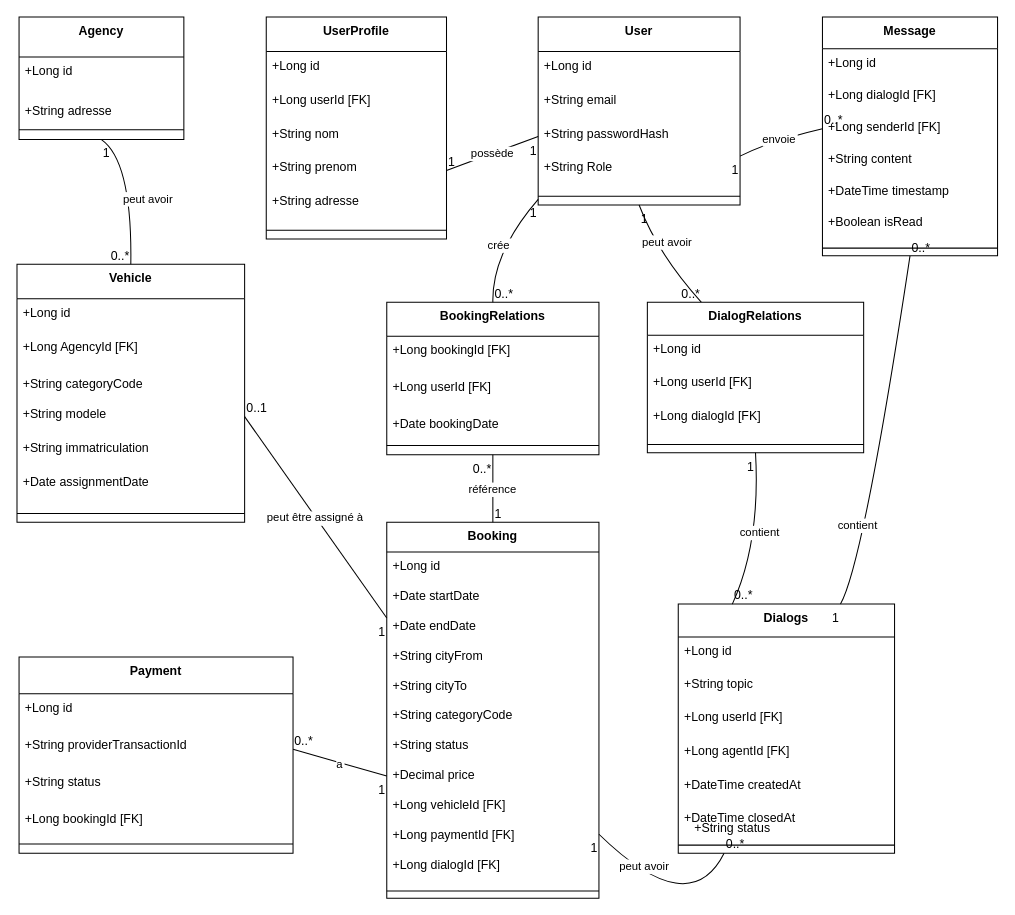
The draw.io diagram bdd.drawio in TangiLC/OC_P13-YourCarYourWay, before the edit. Source tidied: cells renumbered, new cells numbered last; positions are measured from the earlier drawing's top-left corner, leaving out a move shared by most shapes. Both pictures are drawn from the tidied source at 103%, with x=0, y=0 at pixel (16, 16).
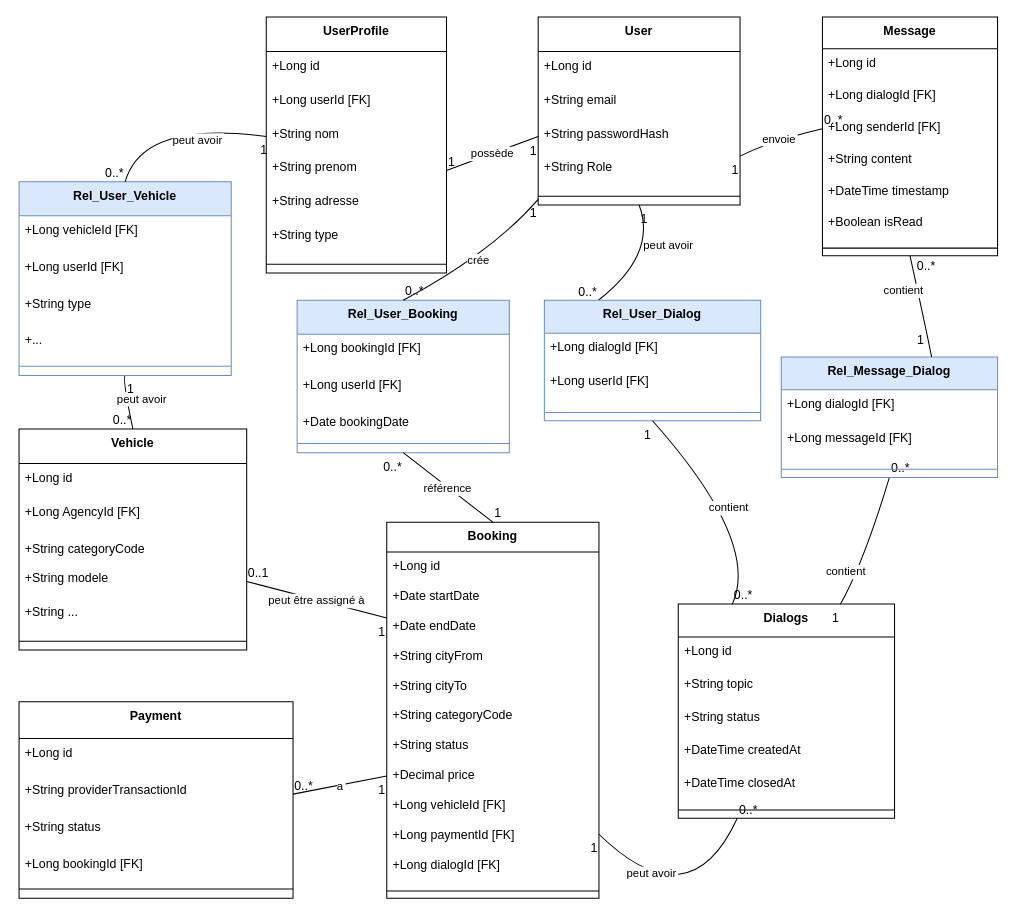
After the change.

Commit message:
Mettre à jour bdd.drawio

The change refers to these unchanged cells:
```xml
<mxCell id="23" value="+String nom" style="text;strokeColor=none;fillColor=none;align=left;verticalAlign=top;spacingLeft=4;spacingRight=4;overflow=hidden;points=[[0,0.5],[1,0.5]];portConstraint=eastwest;" parent="20" vertex="1">
  <mxGeometry y="99.5" width="175" height="33" as="geometry" />
</mxCell>
<mxCell id="54" value="Message" style="swimlane;fontStyle=1;align=center;verticalAlign=top;horizontal=1;startSize=30.933333333333334;" parent="1" vertex="1">
  <mxGeometry x="782" width="170" height="231.9" as="geometry" />
</mxCell>
```

Change to the diagram source:
```diff
@@
-    <mxCell id="2" value="Agency" style="swimlane;fontStyle=1;align=center;verticalAlign=top;horizontal=1;startSize=38.857142857142854;" parent="1" vertex="1">
-      <mxGeometry x="2" width="160" height="119" as="geometry" />
-    </mxCell>
-    <mxCell id="3" value="+Long id" style="text;strokeColor=none;fillColor=none;align=left;verticalAlign=top;spacingLeft=4;spacingRight=4;overflow=hidden;" parent="2" vertex="1">
-      <mxGeometry y="38.9" width="160" height="39" as="geometry" />
-    </mxCell>
-    <mxCell id="4" value="+String adresse" style="text;strokeColor=none;fillColor=none;align=left;verticalAlign=top;spacingLeft=4;spacingRight=4;overflow=hidden;" parent="2" vertex="1">
-      <mxGeometry y="77.9" width="160" height="22.1" as="geometry" />
-    </mxCell>
-    <mxCell id="5" style="line;strokeWidth=1;fillColor=none;align=left;verticalAlign=middle;spacingTop=-1;spacingLeft=3;spacingRight=3;labelPosition=right;strokeColor=inherit;" parent="2" vertex="1">
-      <mxGeometry y="100" width="160" height="19" as="geometry" />
-    </mxCell>
     <mxCell id="6" value="Vehicle" style="swimlane;fontStyle=1;align=center;verticalAlign=top;horizontal=1;startSize=33.45454545454545;" parent="1" vertex="1">
-      <mxGeometry y="240" width="221" height="250.5" as="geometry" />
+      <mxGeometry x="2" y="400" width="221" height="214.5" as="geometry" />
     </mxCell>
@@
-    <mxCell id="11" value="+String immatriculation" style="text;strokeColor=none;fillColor=none;align=left;verticalAlign=top;spacingLeft=4;spacingRight=4;overflow=hidden;" parent="6" vertex="1">
+    <mxCell id="11" value="+String ..." style="text;strokeColor=none;fillColor=none;align=left;verticalAlign=top;spacingLeft=4;spacingRight=4;overflow=hidden;" parent="6" vertex="1">
       <mxGeometry y="164.5" width="221" height="33" as="geometry" />
     </mxCell>
-    <mxCell id="12" value="+Date assignmentDate" style="text;strokeColor=none;fillColor=none;align=left;verticalAlign=top;spacingLeft=4;spacingRight=4;overflow=hidden;" parent="6" vertex="1">
-      <mxGeometry y="197.5" width="221" height="36" as="geometry" />
-    </mxCell>
     <mxCell id="13" style="line;strokeWidth=1;fillColor=none;align=left;verticalAlign=middle;spacingTop=-1;spacingLeft=3;spacingRight=3;labelPosition=right;strokeColor=inherit;" parent="6" vertex="1">
-      <mxGeometry y="233.5" width="221" height="17" as="geometry" />
+      <mxGeometry y="197.5" width="221" height="17" as="geometry" />
     </mxCell>
@@
     <mxCell id="20" value="UserProfile" style="swimlane;fontStyle=1;align=center;verticalAlign=top;horizontal=1;startSize=33.45454545454545;" parent="1" vertex="1">
-      <mxGeometry x="242" width="175" height="215.5" as="geometry" />
+      <mxGeometry x="242" width="175" height="248.5" as="geometry" />
     </mxCell>
@@
+    <mxCell id="4" value="+String adresse" style="text;strokeColor=none;fillColor=none;align=left;verticalAlign=top;spacingLeft=4;spacingRight=4;overflow=hidden;" parent="20" vertex="1">
+      <mxGeometry y="165.5" width="175" height="33" as="geometry" />
+    </mxCell>
-    <mxCell id="25" value="+String adresse" style="text;strokeColor=none;fillColor=none;align=left;verticalAlign=top;spacingLeft=4;spacingRight=4;overflow=hidden;" parent="20" vertex="1">
-      <mxGeometry y="165.5" width="175" height="33" as="geometry" />
+    <mxCell id="25" value="+String type" style="text;strokeColor=none;fillColor=none;align=left;verticalAlign=top;spacingLeft=4;spacingRight=4;overflow=hidden;" parent="20" vertex="1">
+      <mxGeometry y="198.5" width="175" height="33" as="geometry" />
     </mxCell>
     <mxCell id="26" style="line;strokeWidth=1;fillColor=none;align=left;verticalAlign=middle;spacingTop=-1;spacingLeft=3;spacingRight=3;labelPosition=right;strokeColor=inherit;" parent="20" vertex="1">
-      <mxGeometry y="198.5" width="175" height="17" as="geometry" />
+      <mxGeometry y="231.5" width="175" height="17" as="geometry" />
     </mxCell>
@@
     <mxCell id="40" value="Payment" style="swimlane;fontStyle=1;align=center;verticalAlign=top;horizontal=1;startSize=35.55555555555556;" parent="1" vertex="1">
-      <mxGeometry x="2" y="621.4" width="266" height="190.6" as="geometry" />
+      <mxGeometry x="2" y="664.9" width="266" height="190.6" as="geometry" />
     </mxCell>
@@
     <mxCell id="46" value="Dialogs" style="swimlane;fontStyle=1;align=center;verticalAlign=top;horizontal=1;startSize=32;" parent="1" vertex="1">
-      <mxGeometry x="642" y="570" width="210" height="242" as="geometry" />
+      <mxGeometry x="642" y="570" width="210" height="208" as="geometry" />
     </mxCell>
@@
-    <mxCell id="49" value="+Long userId [FK]" style="text;strokeColor=none;fillColor=none;align=left;verticalAlign=top;spacingLeft=4;spacingRight=4;overflow=hidden;" parent="46" vertex="1">
-      <mxGeometry y="96" width="210" height="33" as="geometry" />
-    </mxCell>
-    <mxCell id="50" value="+Long agentId [FK]" style="text;strokeColor=none;fillColor=none;align=left;verticalAlign=top;spacingLeft=4;spacingRight=4;overflow=hidden;" parent="46" vertex="1">
-      <mxGeometry y="129" width="210" height="33" as="geometry" />
-    </mxCell>
+    <mxCell id="105" value="+String status" style="text;strokeColor=none;fillColor=none;align=left;verticalAlign=top;spacingLeft=4;spacingRight=4;overflow=hidden;" parent="46" vertex="1">
+      <mxGeometry y="96" width="210" height="32" as="geometry" />
+    </mxCell>
     <mxCell id="51" value="+DateTime createdAt" style="text;strokeColor=none;fillColor=none;align=left;verticalAlign=top;spacingLeft=4;spacingRight=4;overflow=hidden;" parent="46" vertex="1">
-      <mxGeometry y="162" width="210" height="32" as="geometry" />
+      <mxGeometry y="128" width="210" height="32" as="geometry" />
     </mxCell>
     <mxCell id="52" value="+DateTime closedAt&#10;" style="text;strokeColor=none;fillColor=none;align=left;verticalAlign=top;spacingLeft=4;spacingRight=4;overflow=hidden;" parent="46" vertex="1">
-      <mxGeometry y="194" width="210" height="32" as="geometry" />
+      <mxGeometry y="160" width="210" height="32" as="geometry" />
     </mxCell>
     <mxCell id="53" style="line;strokeWidth=1;fillColor=none;align=left;verticalAlign=middle;spacingTop=-1;spacingLeft=3;spacingRight=3;labelPosition=right;strokeColor=inherit;" parent="46" vertex="1">
-      <mxGeometry y="226" width="210" height="16" as="geometry" />
+      <mxGeometry y="192" width="210" height="16" as="geometry" />
     </mxCell>
@@
-    <mxCell id="62" value="BookingRelations" style="swimlane;fontStyle=1;align=center;verticalAlign=top;horizontal=1;startSize=33;" parent="1" vertex="1">
-      <mxGeometry x="359" y="277" width="206" height="148" as="geometry" />
+    <mxCell id="62" value="Rel_User_Booking" style="swimlane;fontStyle=1;align=center;verticalAlign=top;horizontal=1;startSize=33;fillColor=#dae8fc;strokeColor=#6c8ebf;" parent="1" vertex="1">
+      <mxGeometry x="272" y="275" width="206" height="148" as="geometry" />
     </mxCell>
@@
-    <mxCell id="85" value="contient" style="curved=1;startArrow=none;endArrow=none;exitX=0.75;exitY=0;entryX=0.5;entryY=1;rounded=0;entryDx=0;entryDy=0;exitDx=0;exitDy=0;" parent="1" edge="1" source="46" target="54">
+    <mxCell id="85" value="contient" style="curved=1;startArrow=none;endArrow=none;exitX=0.75;exitY=0;entryX=0.5;entryY=1;rounded=0;entryDx=0;entryDy=0;exitDx=0;exitDy=0;" parent="1" edge="1" source="46" target="106">
       <mxGeometry x="-0.53" y="11" relative="1" as="geometry">
         <Array as="points">
           <mxPoint x="822" y="530" />
         </Array>
       </mxGeometry>
     </mxCell>
@@
-    <mxCell id="94" value="DialogRelations" style="swimlane;fontStyle=1;align=center;verticalAlign=top;horizontal=1;startSize=32;" parent="1" vertex="1">
-      <mxGeometry x="612" y="277" width="210" height="146" as="geometry" />
+    <mxCell id="94" value="Rel_User_Dialog" style="swimlane;fontStyle=1;align=center;verticalAlign=top;horizontal=1;startSize=32;fillColor=#dae8fc;strokeColor=#6c8ebf;" parent="1" vertex="1">
+      <mxGeometry x="512" y="275" width="210" height="117" as="geometry" />
     </mxCell>
-    <mxCell id="95" value="+Long id" style="text;strokeColor=none;fillColor=none;align=left;verticalAlign=top;spacingLeft=4;spacingRight=4;overflow=hidden;" parent="94" vertex="1">
-      <mxGeometry y="32" width="210" height="32" as="geometry" />
-    </mxCell>
+    <mxCell id="97" value="+Long dialogId [FK]" style="text;strokeColor=none;fillColor=none;align=left;verticalAlign=top;spacingLeft=4;spacingRight=4;overflow=hidden;" parent="94" vertex="1">
+      <mxGeometry y="32" width="210" height="33" as="geometry" />
+    </mxCell>
     <mxCell id="96" value="+Long userId [FK]" style="text;strokeColor=none;fillColor=none;align=left;verticalAlign=top;spacingLeft=4;spacingRight=4;overflow=hidden;" parent="94" vertex="1">
-      <mxGeometry y="64" width="210" height="33" as="geometry" />
+      <mxGeometry y="65" width="210" height="36" as="geometry" />
     </mxCell>
-    <mxCell id="97" value="+Long dialogId [FK]" style="text;strokeColor=none;fillColor=none;align=left;verticalAlign=top;spacingLeft=4;spacingRight=4;overflow=hidden;" parent="94" vertex="1">
-      <mxGeometry y="97" width="210" height="33" as="geometry" />
-    </mxCell>
     <mxCell id="98" style="line;strokeWidth=1;fillColor=none;align=left;verticalAlign=middle;spacingTop=-1;spacingLeft=3;spacingRight=3;labelPosition=right;strokeColor=inherit;" parent="94" vertex="1">
-      <mxGeometry y="130" width="210" height="16" as="geometry" />
+      <mxGeometry y="101" width="210" height="16" as="geometry" />
     </mxCell>
@@
-    <mxCell id="102" value="peut avoir" style="curved=1;startArrow=none;endArrow=none;exitX=0.5;exitY=0;entryX=0.5;entryY=1;rounded=0;exitDx=0;exitDy=0;entryDx=0;entryDy=0;" parent="1" edge="1" source="6" target="2">
-      <mxGeometry x="-0.05" y="-14" relative="1" as="geometry">
+    <mxCell id="102" value="peut avoir" style="curved=1;startArrow=none;endArrow=none;exitX=0.5;exitY=0;entryX=0.5;entryY=1;rounded=0;exitDx=0;exitDy=0;entryDx=0;entryDy=0;" parent="1" edge="1" source="6" target="113">
+      <mxGeometry y="-15" relative="1" as="geometry">
         <Array as="points">
-          <mxPoint x="112" y="140" />
+          <mxPoint x="102" y="350" />
         </Array>
-        <mxPoint x="2" y="1" as="offset" />
       </mxGeometry>
     </mxCell>
@@
-    <mxCell id="105" value="+String status" style="text;strokeColor=none;fillColor=none;align=left;verticalAlign=top;spacingLeft=4;spacingRight=4;overflow=hidden;" parent="1" vertex="1">
-      <mxGeometry x="652" y="774" width="210" height="32" as="geometry" />
-    </mxCell>
+    <mxCell id="106" value="Rel_Message_Dialog" style="swimlane;fontStyle=1;align=center;verticalAlign=top;horizontal=1;startSize=32;fillColor=#dae8fc;strokeColor=#6c8ebf;" parent="1" vertex="1">
+      <mxGeometry x="742" y="330" width="210" height="117" as="geometry" />
+    </mxCell>
+    <mxCell id="107" value="+Long dialogId [FK]" style="text;strokeColor=none;fillColor=none;align=left;verticalAlign=top;spacingLeft=4;spacingRight=4;overflow=hidden;" parent="106" vertex="1">
+      <mxGeometry y="32" width="210" height="33" as="geometry" />
+    </mxCell>
+    <mxCell id="108" value="+Long messageId [FK]" style="text;strokeColor=none;fillColor=none;align=left;verticalAlign=top;spacingLeft=4;spacingRight=4;overflow=hidden;" parent="106" vertex="1">
+      <mxGeometry y="65" width="210" height="36" as="geometry" />
+    </mxCell>
+    <mxCell id="109" style="line;strokeWidth=1;fillColor=none;align=left;verticalAlign=middle;spacingTop=-1;spacingLeft=3;spacingRight=3;labelPosition=right;strokeColor=inherit;" parent="106" vertex="1">
+      <mxGeometry y="101" width="210" height="16" as="geometry" />
+    </mxCell>
+    <mxCell id="110" value="contient" style="curved=1;startArrow=none;endArrow=none;entryX=0.5;entryY=1;rounded=0;entryDx=0;entryDy=0;exitX=0.695;exitY=0;exitDx=0;exitDy=0;exitPerimeter=0;" parent="1" edge="1" source="106" target="54">
+      <mxGeometry x="0.38" y="13" relative="1" as="geometry">
+        <Array as="points">
+          <mxPoint x="882" y="300" />
+        </Array>
+      </mxGeometry>
+    </mxCell>
+    <mxCell id="111" value="1" style="edgeLabel;labelBackgroundColor=none;fontSize=12;align=right;verticalAlign=top;" parent="110" vertex="1">
+      <mxGeometry x="-1" relative="1" as="geometry">
+        <mxPoint x="-6" y="-30" as="offset" />
+      </mxGeometry>
+    </mxCell>
+    <mxCell id="112" value="0..*" style="edgeLabel;labelBackgroundColor=none;fontSize=12;align=left;verticalAlign=bottom;" parent="110" vertex="1">
+      <mxGeometry x="1" relative="1" as="geometry">
+        <mxPoint x="5" y="18" as="offset" />
+      </mxGeometry>
+    </mxCell>
+    <mxCell id="113" value="Rel_User_Vehicle" style="swimlane;fontStyle=1;align=center;verticalAlign=top;horizontal=1;startSize=33;fillColor=#dae8fc;strokeColor=#6c8ebf;" parent="1" vertex="1">
+      <mxGeometry x="2" y="160" width="206" height="188" as="geometry" />
+    </mxCell>
+    <mxCell id="114" value="+Long vehicleId [FK]" style="text;strokeColor=none;fillColor=none;align=left;verticalAlign=top;spacingLeft=4;spacingRight=4;overflow=hidden;" parent="113" vertex="1">
+      <mxGeometry y="33" width="206" height="36" as="geometry" />
+    </mxCell>
+    <mxCell id="49" value="+Long userId [FK]" style="text;strokeColor=none;fillColor=none;align=left;verticalAlign=top;spacingLeft=4;spacingRight=4;overflow=hidden;" parent="113" vertex="1">
+      <mxGeometry y="69" width="206" height="36" as="geometry" />
+    </mxCell>
+    <mxCell id="115" value="+String type" style="text;strokeColor=none;fillColor=none;align=left;verticalAlign=top;spacingLeft=4;spacingRight=4;overflow=hidden;" parent="113" vertex="1">
+      <mxGeometry y="105" width="206" height="35" as="geometry" />
+    </mxCell>
+    <mxCell id="116" value="+..." style="text;strokeColor=none;fillColor=none;align=left;verticalAlign=top;spacingLeft=4;spacingRight=4;overflow=hidden;" parent="113" vertex="1">
+      <mxGeometry y="140" width="206" height="30" as="geometry" />
+    </mxCell>
+    <mxCell id="117" style="line;strokeWidth=1;fillColor=none;align=left;verticalAlign=middle;spacingTop=-1;spacingLeft=3;spacingRight=3;labelPosition=right;strokeColor=inherit;" parent="113" vertex="1">
+      <mxGeometry y="170" width="206" height="18" as="geometry" />
+    </mxCell>
+    <mxCell id="118" value="peut avoir" style="curved=1;startArrow=none;endArrow=none;exitX=0.5;exitY=0;entryX=0;entryY=0.5;rounded=0;exitDx=0;exitDy=0;entryDx=0;entryDy=0;" parent="1" edge="1" source="113" target="23">
+      <mxGeometry x="0.29" y="-12" relative="1" as="geometry">
+        <Array as="points">
+          <mxPoint x="122" y="100" />
+        </Array>
+      </mxGeometry>
+    </mxCell>
+    <mxCell id="119" value="0..*" style="edgeLabel;labelBackgroundColor=none;fontSize=12;align=right;verticalAlign=bottom;" parent="118" vertex="1">
+      <mxGeometry x="-1" relative="1" as="geometry" />
+    </mxCell>
+    <mxCell id="120" value="1" style="edgeLabel;labelBackgroundColor=none;fontSize=12;align=left;verticalAlign=top;" parent="118" vertex="1">
+      <mxGeometry x="1" relative="1" as="geometry">
+        <mxPoint x="-7" as="offset" />
+      </mxGeometry>
+    </mxCell>
```
